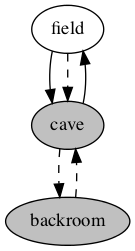
This is map.png from mdf730/HofC_MUD, a Graphviz export, as it was before one commit. Its source is kept beside it as map.gv.
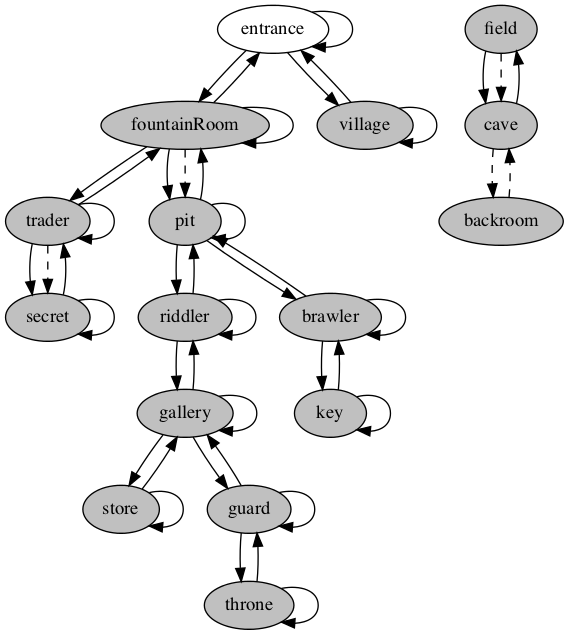
Later version of the same file.

Diff of the diagram source:
```diff
@@ -1,6 +1,45 @@
 digraph map {
 	node [style=filled, fillcolor=grey]
-	field [fillcolor=white]
+	entrance [fillcolor=white]
+	entrance -> entrance
+	entrance -> fountainRoom
+	entrance -> village
+	village -> village
+	village -> entrance
+	fountainRoom -> fountainRoom
+	fountainRoom -> entrance
+	fountainRoom -> trader
+	fountainRoom -> pit
+	fountainRoom -> pit [style=dashed]
+	trader -> trader
+	trader -> fountainRoom
+	trader -> secret
+	trader -> secret [style=dashed]
+	secret -> secret
+	secret -> trader
+	pit -> pit
+	pit -> fountainRoom
+	pit -> riddler
+	pit -> brawler
+	brawler -> brawler
+	brawler -> pit
+	brawler -> key
+	key -> key
+	key -> brawler
+	riddler -> riddler
+	riddler -> pit
+	riddler -> gallery
+	gallery -> gallery
+	gallery -> store
+	gallery -> guard
+	gallery -> riddler
+	store -> store
+	store -> gallery
+	guard -> guard
+	guard -> gallery
+	guard -> throne
+	throne -> throne
+	throne -> guard
 	field -> cave
 	field -> cave [style=dashed]
 	cave -> field
```
